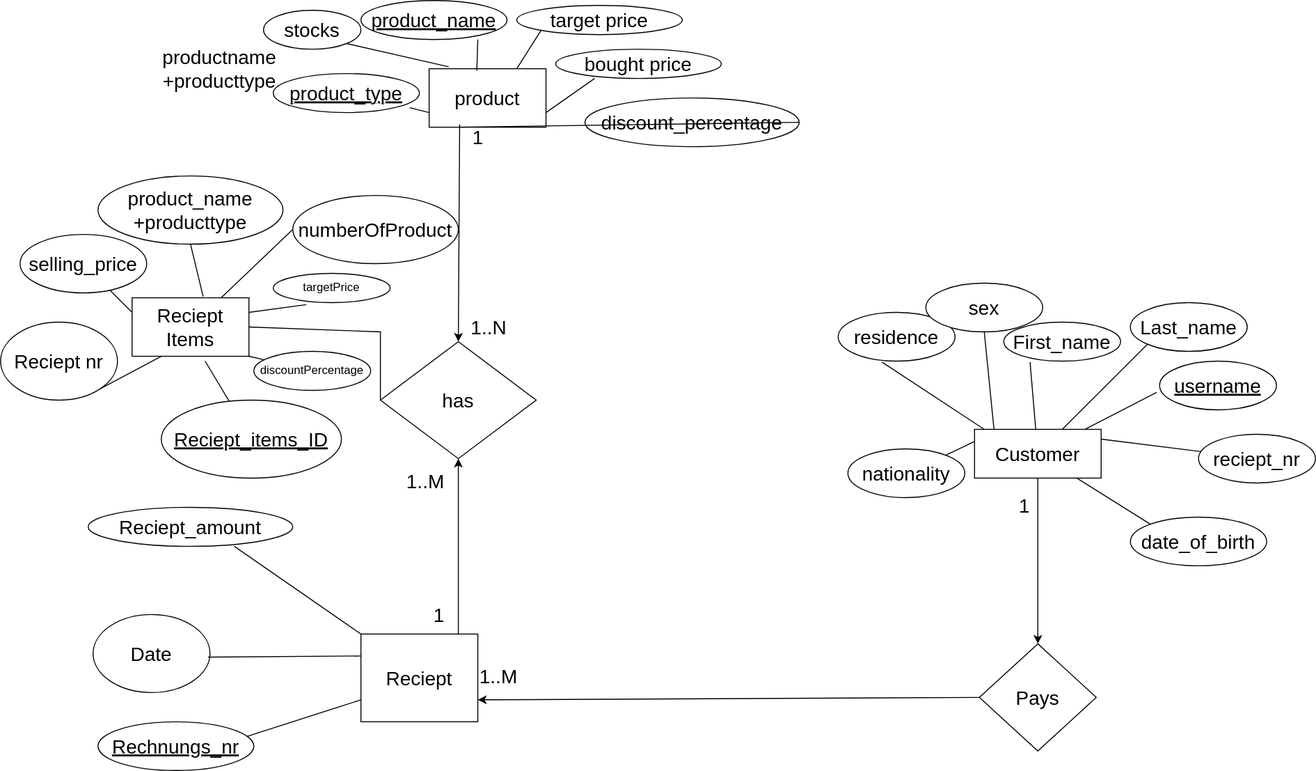
Above: DiyaDesktop.svg in bishalmhrjan/JavaFX-Employee-Customer-Product-Manager (draw.io), before the change. Source tidied: cells renumbered, new cells last; positions are measured from the earlier drawing's top-left corner, leaving out a move shared by most shapes.
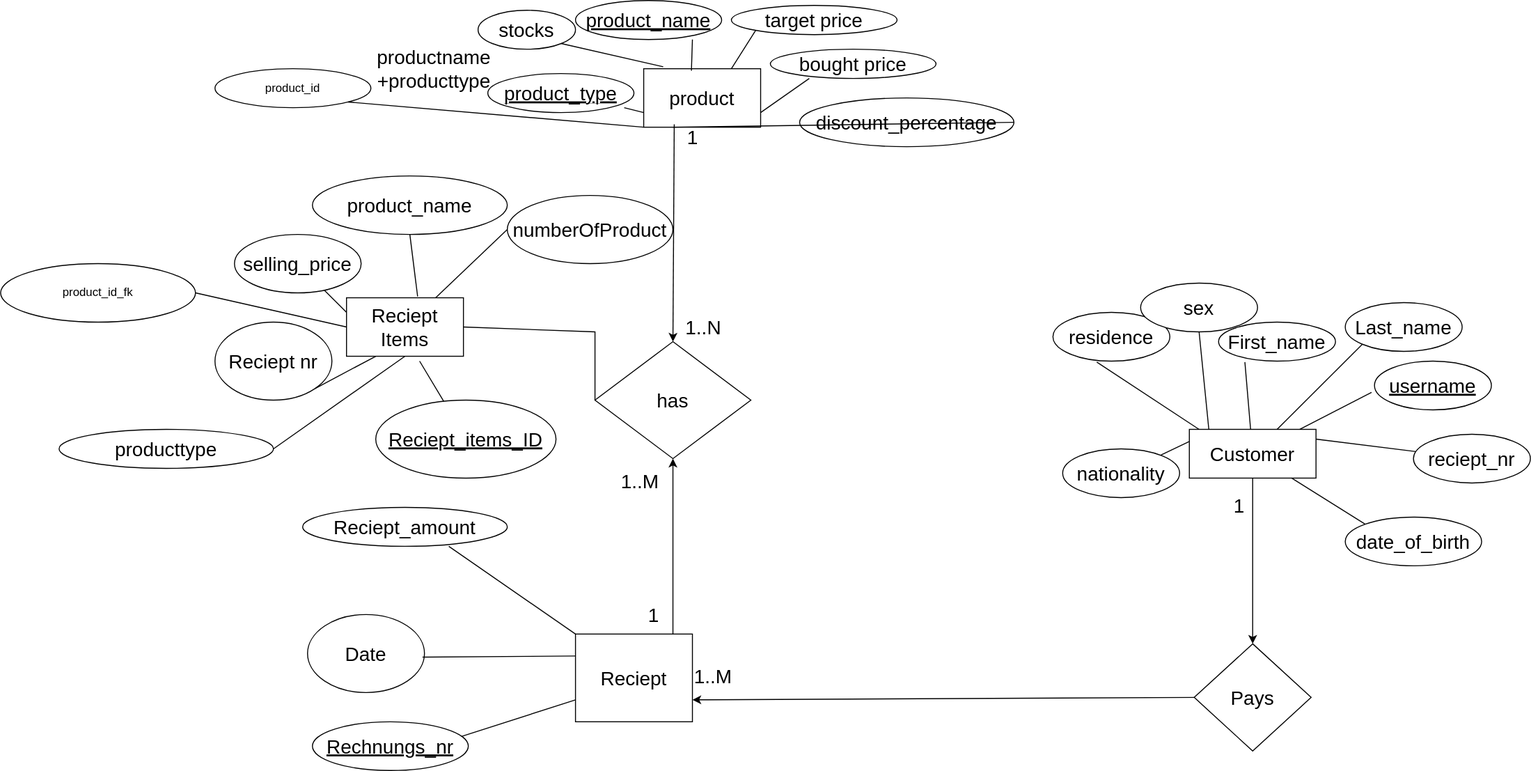
After the change.

What changed in the source:
```diff
@@ -181,8 +181,8 @@
     <mxCell id="53" value="Reciept Items" style="rounded=0;whiteSpace=wrap;html=1;fontSize=20;" parent="1" vertex="1">
       <mxGeometry x="135" y="305" width="120" height="60" as="geometry" />
     </mxCell>
-    <mxCell id="54" value="product_name&lt;br&gt;+producttype" style="ellipse;whiteSpace=wrap;html=1;fontSize=20;" parent="1" vertex="1">
-      <mxGeometry x="100" y="180" width="190" height="70" as="geometry" />
+    <mxCell id="54" value="product_name&lt;br&gt;" style="ellipse;whiteSpace=wrap;html=1;fontSize=20;" parent="1" vertex="1">
+      <mxGeometry x="100" y="180" width="200" height="60" as="geometry" />
     </mxCell>
     <mxCell id="55" value="Reciept nr" style="ellipse;whiteSpace=wrap;html=1;fontSize=20;" parent="1" vertex="1">
       <mxGeometry y="330" width="120" height="80" as="geometry" />
@@ -220,17 +220,23 @@
         <mxPoint x="210" y="370" as="targetPoint" />
       </mxGeometry>
     </mxCell>
-    <mxCell id="65" value="targetPrice" style="ellipse;whiteSpace=wrap;html=1;" parent="1" vertex="1">
-      <mxGeometry x="280" y="280" width="120" height="30" as="geometry" />
-    </mxCell>
-    <mxCell id="66" style="endArrow=none;html=1;rounded=0;entryX=0.283;entryY=1.067;entryDx=0;entryDy=0;entryPerimeter=0;exitX=1;exitY=0.25;exitDx=0;exitDy=0;" parent="1" edge="1" source="53" target="65">
-      <mxGeometry relative="1" as="geometry" />
-    </mxCell>
-    <mxCell id="67" value="discountPercentage" style="ellipse;whiteSpace=wrap;html=1;" parent="1" vertex="1">
-      <mxGeometry x="260" y="360" width="120" height="40" as="geometry" />
-    </mxCell>
-    <mxCell id="68" style="endArrow=none;html=1;rounded=0;exitX=1;exitY=1;exitDx=0;exitDy=0;" parent="1" edge="1" source="53" target="67">
-      <mxGeometry relative="1" as="geometry" />
-    </mxCell>
+    <mxCell id="69" value="product_id" style="ellipse;whiteSpace=wrap;html=1;" parent="1" vertex="1">
+      <mxGeometry y="70" width="160" height="40" as="geometry" />
+    </mxCell>
+    <mxCell id="70" style="endArrow=none;html=1;rounded=0;exitX=1;exitY=1;exitDx=0;exitDy=0;entryX=0;entryY=1;entryDx=0;entryDy=0;" parent="1" edge="1" source="69" target="2">
+      <mxGeometry relative="1" as="geometry" />
+    </mxCell>
+    <mxCell id="71" value="product_id_fk" style="ellipse;whiteSpace=wrap;html=1;" parent="1" vertex="1">
+      <mxGeometry x="-220" y="270" width="200" height="60" as="geometry" />
+    </mxCell>
+    <mxCell id="72" style="endArrow=none;html=1;rounded=0;exitX=1;exitY=0.5;exitDx=0;exitDy=0;entryX=0;entryY=0.5;entryDx=0;entryDy=0;" parent="1" edge="1" source="71" target="53">
+      <mxGeometry relative="1" as="geometry" />
+    </mxCell>
+    <mxCell id="73" value="&lt;span style=&quot;font-size: 20px;&quot;&gt;producttype&lt;/span&gt;" style="ellipse;whiteSpace=wrap;html=1;" parent="1" vertex="1">
+      <mxGeometry x="-160" y="440" width="220" height="40" as="geometry" />
+    </mxCell>
+    <mxCell id="74" style="endArrow=none;html=1;rounded=0;exitX=1;exitY=0.5;exitDx=0;exitDy=0;entryX=0.5;entryY=1;entryDx=0;entryDy=0;" parent="1" edge="1" source="73" target="53">
+      <mxGeometry relative="1" as="geometry" />
+    </mxCell>
   </root>
 </mxGraphModel>
```
